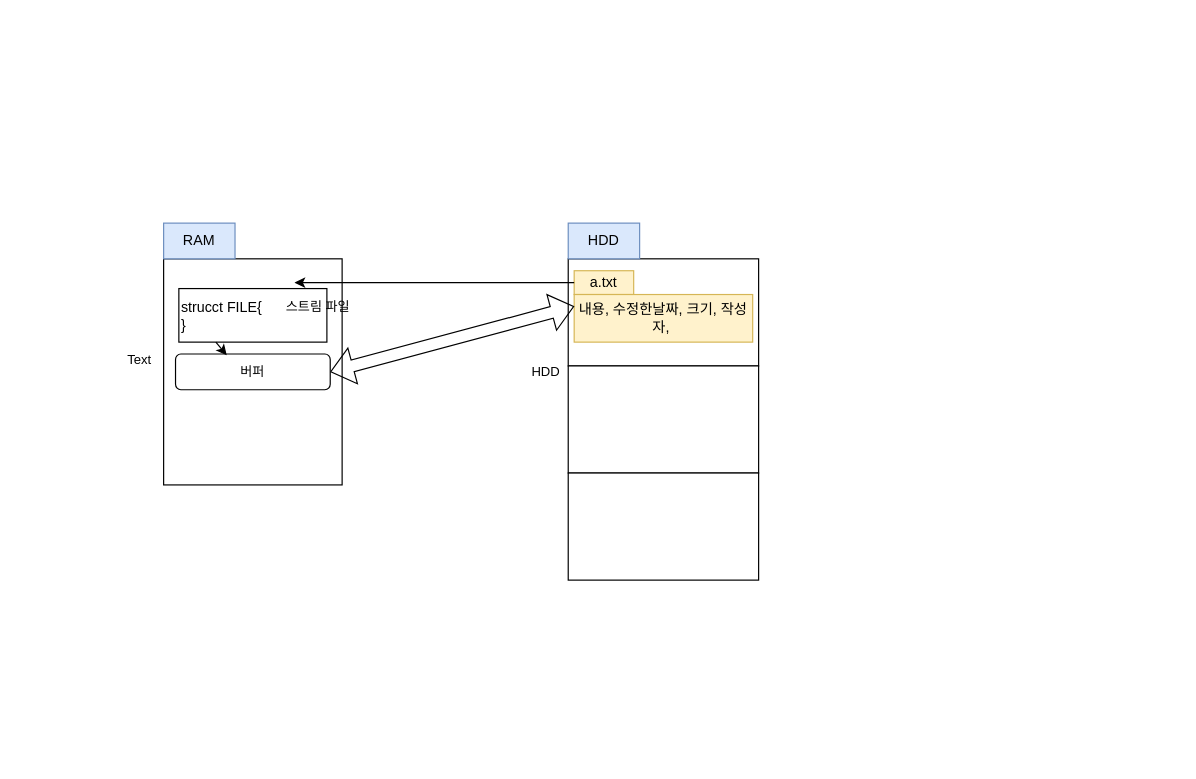
This is FileInOut.drawio from koseyun/Client_Nowon_1800_2000, a draw.io file, before an edit. Source tidied: cells renumbered, new cells numbered last; positions are measured from the earlier drawing's top-left corner, leaving out a move shared by most shapes. Both pictures are drawn from the tidied source at 119%, with x=0, y=0 at pixel (104, 68).
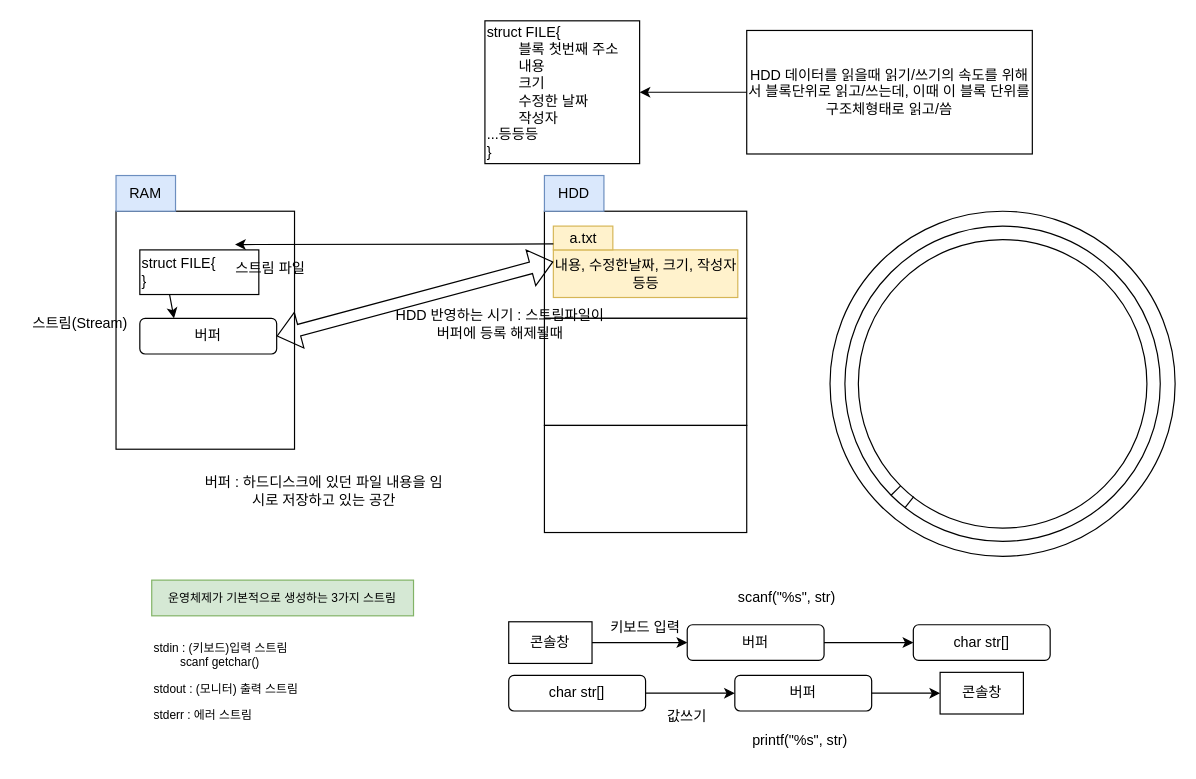
Above is the later version.

What changed in the source:
```diff
@@
-    <mxCell id="2" style="rounded=0;whiteSpace=wrap;html=1;" parent="1" vertex="1">
-      <mxGeometry x="50" y="160" width="150" height="190" as="geometry" />
-    </mxCell>
-    <mxCell id="3" style="rounded=0;whiteSpace=wrap;html=1;" parent="1" vertex="1">
-      <mxGeometry x="390" y="160" width="160" height="90" as="geometry" />
-    </mxCell>
-    <mxCell id="4" style="rounded=0;whiteSpace=wrap;html=1;" parent="1" vertex="1">
-      <mxGeometry x="390" y="250" width="160" height="90" as="geometry" />
-    </mxCell>
-    <mxCell id="5" style="rounded=0;whiteSpace=wrap;html=1;" parent="1" vertex="1">
-      <mxGeometry x="390" y="340" width="160" height="90" as="geometry" />
-    </mxCell>
+    <mxCell id="19" style="rounded=0;whiteSpace=wrap;html=1;" parent="1" vertex="1">
+      <mxGeometry x="370" y="120" width="170" height="90" as="geometry" />
+    </mxCell>
+    <mxCell id="7" value="HDD" style="text;html=1;strokeColor=#6c8ebf;fillColor=#dae8fc;align=center;verticalAlign=middle;whiteSpace=wrap;rounded=0;" parent="1" vertex="1">
+      <mxGeometry x="370" y="90" width="50" height="30" as="geometry" />
+    </mxCell>
+    <mxCell id="20" style="rounded=0;whiteSpace=wrap;html=1;" parent="1" vertex="1">
+      <mxGeometry x="10" y="120" width="150" height="200" as="geometry" />
+    </mxCell>
     <mxCell id="6" value="RAM" style="text;html=1;strokeColor=#6c8ebf;fillColor=#dae8fc;align=center;verticalAlign=middle;whiteSpace=wrap;rounded=0;" parent="1" vertex="1">
-      <mxGeometry x="50" y="130" width="60" height="30" as="geometry" />
+      <mxGeometry x="10" y="90" width="50" height="30" as="geometry" />
     </mxCell>
-    <mxCell id="7" value="HDD" style="text;html=1;strokeColor=#6c8ebf;fillColor=#dae8fc;align=center;verticalAlign=middle;whiteSpace=wrap;rounded=0;" parent="1" vertex="1">
-      <mxGeometry x="390" y="130" width="60" height="30" as="geometry" />
-    </mxCell>
+    <mxCell id="21" value="내용, 수정한날짜, 크기, 작성자 등등" style="text;html=1;strokeColor=#d6b656;fillColor=#fff2cc;align=center;verticalAlign=middle;whiteSpace=wrap;rounded=0;" parent="1" vertex="1">
+      <mxGeometry x="377.5" y="152.5" width="155" height="40" as="geometry" />
+    </mxCell>
     <mxCell id="8" value="a.txt" style="text;html=1;strokeColor=#d6b656;fillColor=#fff2cc;align=center;verticalAlign=middle;whiteSpace=wrap;rounded=0;" parent="1" vertex="1">
-      <mxGeometry x="395" y="170" width="50" height="20" as="geometry" />
+      <mxGeometry x="377.5" y="132.5" width="50" height="20" as="geometry" />
     </mxCell>
-    <mxCell id="9" value="내용, 수정한날짜, 크기, 작성자,&amp;nbsp;" style="text;html=1;strokeColor=#d6b656;fillColor=#fff2cc;align=center;verticalAlign=middle;whiteSpace=wrap;rounded=0;" parent="1" vertex="1">
-      <mxGeometry x="395" y="190" width="150" height="40" as="geometry" />
-    </mxCell>
-    <mxCell id="10" value="strucct FILE{&lt;br&gt;}" style="rounded=0;whiteSpace=wrap;html=1;align=left;" parent="1" vertex="1">
-      <mxGeometry x="62.8" y="185" width="124.4" height="45" as="geometry" />
-    </mxCell>
-    <mxCell id="11" style="endArrow=classic;html=1;rounded=0;exitX=0;exitY=0.5;exitDx=0;exitDy=0;" parent="1" edge="1" source="8">
-      <mxGeometry relative="1" as="geometry">
-        <mxPoint x="160" y="180" as="targetPoint" />
-      </mxGeometry>
-    </mxCell>
+    <mxCell id="22" style="ellipse;whiteSpace=wrap;html=1;" parent="1" vertex="1">
+      <mxGeometry x="610" y="120" width="290" height="290" as="geometry" />
+    </mxCell>
+    <mxCell id="23" style="ellipse;whiteSpace=wrap;html=1;" parent="1" vertex="1">
+      <mxGeometry x="622.5" y="132.5" width="265" height="265" as="geometry" />
+    </mxCell>
+    <mxCell id="24" style="ellipse;whiteSpace=wrap;html=1;" parent="1" vertex="1">
+      <mxGeometry x="633.8" y="143.8" width="242.5" height="242.5" as="geometry" />
+    </mxCell>
+    <mxCell id="25" style="rounded=0;whiteSpace=wrap;html=1;" parent="1" vertex="1">
+      <mxGeometry x="370" y="210" width="170" height="90" as="geometry" />
+    </mxCell>
+    <mxCell id="26" style="rounded=0;whiteSpace=wrap;html=1;" parent="1" vertex="1">
+      <mxGeometry x="370" y="300" width="170" height="90" as="geometry" />
+    </mxCell>
+    <mxCell id="27" style="edgeStyle=orthogonalEdgeStyle;rounded=0;jettySize=auto;html=1;" parent="1" edge="1" source="28" target="29">
+      <mxGeometry relative="1" as="geometry" />
+    </mxCell>
+    <mxCell id="28" value="HDD 데이터를 읽을때 읽기/쓰기의 속도를 위해서 블록단위로 읽고/쓰는데, 이때 이 블록 단위를 구조체형태로 읽고/씀" style="text;html=1;align=center;verticalAlign=middle;whiteSpace=wrap;rounded=0;fillColor=default;gradientColor=none;strokeColor=default;" parent="1" vertex="1">
+      <mxGeometry x="540" y="-31.9" width="240" height="103.8" as="geometry" />
+    </mxCell>
+    <mxCell id="29" value="struct FILE{&lt;br&gt;&lt;span style=&quot;white-space: pre&quot;&gt;&#9;&lt;/span&gt;블록 첫번째 주소&lt;br&gt;&lt;span style=&quot;white-space: pre&quot;&gt;&#9;&lt;/span&gt;내용&lt;br&gt;&lt;span style=&quot;white-space: pre&quot;&gt;&#9;&lt;/span&gt;크기&lt;br&gt;&lt;span style=&quot;white-space: pre&quot;&gt;&#9;&lt;/span&gt;수정한 날짜&lt;br&gt;&lt;span style=&quot;white-space: pre&quot;&gt;&#9;&lt;/span&gt;작성자&lt;br&gt;...등등등&lt;br&gt;}" style="text;html=1;strokeColor=default;fillColor=default;align=left;verticalAlign=middle;whiteSpace=wrap;rounded=0;gradientColor=none;" parent="1" vertex="1">
+      <mxGeometry x="320" y="-40" width="130" height="120" as="geometry" />
+    </mxCell>
+    <mxCell id="30" value="버퍼" style="rounded=1;whiteSpace=wrap;html=1;strokeColor=default;fillColor=default;gradientColor=none;" parent="1" vertex="1">
+      <mxGeometry x="30" y="210" width="115" height="30" as="geometry" />
+    </mxCell>
+    <mxCell id="31" value="struct FILE{&lt;br&gt;}" style="text;html=1;strokeColor=default;fillColor=default;align=left;verticalAlign=middle;whiteSpace=wrap;rounded=0;gradientColor=none;" parent="1" vertex="1">
+      <mxGeometry x="30" y="152.5" width="100" height="37.5" as="geometry" />
+    </mxCell>
+    <mxCell id="32" style="endArrow=classic;html=1;rounded=0;exitX=0.25;exitY=1;exitDx=0;exitDy=0;entryX=0.25;entryY=0;entryDx=0;entryDy=0;" parent="1" edge="1" source="31" target="30">
+      <mxGeometry relative="1" as="geometry" />
+    </mxCell>
+    <mxCell id="33" value="스트림(Stream)" style="text;html=1;strokeColor=none;fillColor=none;align=center;verticalAlign=middle;whiteSpace=wrap;rounded=0;" parent="1" vertex="1">
+      <mxGeometry x="-70" y="200" width="100" height="30" as="geometry" />
+    </mxCell>
+    <mxCell id="34" value="버퍼 : 하드디스크에 있던 파일 내용을 임시로 저장하고 있는 공간" style="text;html=1;strokeColor=none;fillColor=none;align=center;verticalAlign=middle;whiteSpace=wrap;rounded=0;" parent="1" vertex="1">
+      <mxGeometry x="80" y="330" width="210" height="50" as="geometry" />
+    </mxCell>
-    <mxCell id="12" value="스트림 파일" style="text;html=1;strokeColor=none;fillColor=none;align=center;verticalAlign=middle;whiteSpace=wrap;rounded=0;fontSize=11;" parent="1" vertex="1">
-      <mxGeometry x="140" y="185" width="80" height="30" as="geometry" />
+    <mxCell id="12" value="스트림 파일" style="text;html=1;strokeColor=none;fillColor=none;align=center;verticalAlign=middle;whiteSpace=wrap;rounded=0;" parent="1" vertex="1">
+      <mxGeometry x="100" y="152.5" width="80" height="30" as="geometry" />
     </mxCell>
-    <mxCell id="13" style="shape=flexArrow;endArrow=classic;startArrow=classic;html=1;rounded=0;fontSize=11;entryX=0;entryY=0.25;entryDx=0;entryDy=0;exitX=1;exitY=0.5;exitDx=0;exitDy=0;" parent="1" edge="1" source="14" target="9">
-      <mxGeometry relative="1" as="geometry" />
-    </mxCell>
-    <mxCell id="14" value="버퍼" style="rounded=1;whiteSpace=wrap;html=1;fontSize=11;" parent="1" vertex="1">
-      <mxGeometry x="60" y="240" width="130" height="30" as="geometry" />
-    </mxCell>
-    <mxCell id="15" style="endArrow=classic;html=1;rounded=0;fontSize=11;entryX=0.331;entryY=0.033;entryDx=0;entryDy=0;exitX=0.25;exitY=1;exitDx=0;exitDy=0;entryPerimeter=0;" parent="1" edge="1" source="10" target="14">
-      <mxGeometry relative="1" as="geometry" />
-    </mxCell>
-    <mxCell id="16" value="Text" style="text;html=1;strokeColor=none;fillColor=none;align=center;verticalAlign=middle;whiteSpace=wrap;rounded=0;fontSize=11;" parent="1" vertex="1">
-      <mxGeometry y="230" width="60" height="30" as="geometry" />
-    </mxCell>
-    <mxCell id="17" value="HDD&amp;nbsp;" style="text;html=1;strokeColor=none;fillColor=none;align=center;verticalAlign=middle;whiteSpace=wrap;rounded=0;fontSize=11;" parent="1" vertex="1">
-      <mxGeometry x="280" y="230" width="186" height="50" as="geometry" />
-    </mxCell>
-    <mxCell id="18" style="text;html=1;align=center;verticalAlign=middle;whiteSpace=wrap;rounded=0;fontSize=11;fillColor=default;" parent="1" vertex="1">
-      <mxGeometry x="259" width="151" height="120" as="geometry" />
-    </mxCell>
+    <mxCell id="35" style="shape=flexArrow;endArrow=classic;startArrow=classic;html=1;rounded=0;entryX=0;entryY=0.25;entryDx=0;entryDy=0;exitX=1;exitY=0.5;exitDx=0;exitDy=0;" parent="1" edge="1" source="30" target="21">
+      <mxGeometry relative="1" as="geometry" />
+    </mxCell>
+    <mxCell id="36" value="HDD 반영하는 시기 : 스트림파일이 버퍼에 등록 해제될때" style="text;html=1;strokeColor=none;fillColor=none;align=center;verticalAlign=middle;whiteSpace=wrap;rounded=0;" parent="1" vertex="1">
+      <mxGeometry x="237.5" y="195" width="190" height="40" as="geometry" />
+    </mxCell>
+    <mxCell id="37" style="endArrow=classic;html=1;rounded=0;exitX=0;exitY=0.75;exitDx=0;exitDy=0;" parent="1" edge="1" source="8">
+      <mxGeometry relative="1" as="geometry">
+        <mxPoint x="110" y="148" as="targetPoint" />
+      </mxGeometry>
+    </mxCell>
+    <mxCell id="38" style="endArrow=none;html=1;rounded=0;entryX=0;entryY=1;entryDx=0;entryDy=0;exitX=0;exitY=1;exitDx=0;exitDy=0;" parent="1" edge="1" source="23" target="24">
+      <mxGeometry relative="1" as="geometry" />
+    </mxCell>
+    <mxCell id="39" value="운영체제가 기본적으로 생성하는 3가지 스트림" style="text;html=1;strokeColor=#82b366;fillColor=#d5e8d4;align=center;verticalAlign=middle;whiteSpace=wrap;rounded=0;fontSize=10;" parent="1" vertex="1">
+      <mxGeometry x="40" y="430" width="220" height="30" as="geometry" />
+    </mxCell>
+    <mxCell id="40" style="endArrow=none;html=1;rounded=0;entryX=0.192;entryY=0.891;entryDx=0;entryDy=0;entryPerimeter=0;" parent="1" edge="1" source="23" target="24">
+      <mxGeometry relative="1" as="geometry" />
+    </mxCell>
+    <mxCell id="41" value="stdin : (키보드)입력 스트림&lt;br&gt;&lt;span style=&quot;white-space: pre&quot;&gt;&#9;&lt;/span&gt;scanf getchar()&lt;br&gt;&lt;p&gt;stdout : (모니터) 출력 스트림&lt;/p&gt;&lt;p&gt;stderr : 에러 스트림&lt;/p&gt;" style="text;html=1;strokeColor=none;fillColor=none;align=left;verticalAlign=middle;whiteSpace=wrap;rounded=0;fontSize=10;" parent="1" vertex="1">
+      <mxGeometry x="40" y="460" width="220" height="120" as="geometry" />
+    </mxCell>
+    <mxCell id="42" value="버퍼" style="rounded=1;whiteSpace=wrap;html=1;strokeColor=default;fillColor=default;gradientColor=none;" parent="1" vertex="1">
+      <mxGeometry x="490" y="467.5" width="115" height="30" as="geometry" />
+    </mxCell>
+    <mxCell id="43" value="콘솔창" style="rounded=0;whiteSpace=wrap;html=1;fontSize=12;strokeColor=default;fillColor=default;gradientColor=none;" parent="1" vertex="1">
+      <mxGeometry x="340" y="465" width="70" height="35" as="geometry" />
+    </mxCell>
+    <mxCell id="44" style="endArrow=classic;html=1;rounded=0;fontSize=12;entryX=0;entryY=0.5;entryDx=0;entryDy=0;exitX=1;exitY=0.5;exitDx=0;exitDy=0;" parent="1" edge="1" source="43" target="42">
+      <mxGeometry relative="1" as="geometry" />
+    </mxCell>
+    <mxCell id="45" style="endArrow=classic;html=1;rounded=0;fontSize=12;entryX=0;entryY=0.5;entryDx=0;entryDy=0;exitX=1;exitY=0.5;exitDx=0;exitDy=0;" parent="1" edge="1" source="42" target="46">
+      <mxGeometry relative="1" as="geometry" />
+    </mxCell>
+    <mxCell id="46" value="char str[]" style="rounded=1;whiteSpace=wrap;html=1;strokeColor=default;fillColor=default;gradientColor=none;" parent="1" vertex="1">
+      <mxGeometry x="680" y="467.5" width="115" height="30" as="geometry" />
+    </mxCell>
+    <mxCell id="47" value="키보드 입력" style="text;html=1;strokeColor=none;fillColor=none;align=center;verticalAlign=middle;whiteSpace=wrap;rounded=0;fontSize=12;" parent="1" vertex="1">
+      <mxGeometry x="420" y="460" width="70" height="20" as="geometry" />
+    </mxCell>
+    <mxCell id="48" value="scanf(&quot;%s&quot;, str)" style="text;html=1;strokeColor=none;fillColor=none;align=center;verticalAlign=middle;whiteSpace=wrap;rounded=0;fontSize=12;" parent="1" vertex="1">
+      <mxGeometry x="513.8" y="430" width="120" height="30" as="geometry" />
+    </mxCell>
+    <mxCell id="49" value="char str[]" style="rounded=1;whiteSpace=wrap;html=1;strokeColor=default;fillColor=default;gradientColor=none;" parent="1" vertex="1">
+      <mxGeometry x="340" y="510" width="115" height="30" as="geometry" />
+    </mxCell>
+    <mxCell id="50" value="버퍼" style="rounded=1;whiteSpace=wrap;html=1;strokeColor=default;fillColor=default;gradientColor=none;" parent="1" vertex="1">
+      <mxGeometry x="530" y="510" width="115" height="30" as="geometry" />
+    </mxCell>
+    <mxCell id="51" style="endArrow=classic;html=1;rounded=0;fontSize=12;entryX=0;entryY=0.5;entryDx=0;entryDy=0;exitX=1;exitY=0.5;exitDx=0;exitDy=0;" parent="1" edge="1" source="49" target="50">
+      <mxGeometry relative="1" as="geometry" />
+    </mxCell>
+    <mxCell id="52" value="콘솔창" style="rounded=0;whiteSpace=wrap;html=1;fontSize=12;strokeColor=default;fillColor=default;gradientColor=none;" parent="1" vertex="1">
+      <mxGeometry x="702.5" y="507.5" width="70" height="35" as="geometry" />
+    </mxCell>
+    <mxCell id="53" style="endArrow=classic;html=1;rounded=0;fontSize=12;entryX=0;entryY=0.5;entryDx=0;entryDy=0;exitX=1;exitY=0.5;exitDx=0;exitDy=0;" parent="1" edge="1" source="50" target="52">
+      <mxGeometry relative="1" as="geometry" />
+    </mxCell>
+    <mxCell id="54" value="값쓰기" style="text;html=1;strokeColor=none;fillColor=none;align=center;verticalAlign=middle;whiteSpace=wrap;rounded=0;fontSize=12;" parent="1" vertex="1">
+      <mxGeometry x="460" y="530" width="60" height="30" as="geometry" />
+    </mxCell>
+    <mxCell id="55" value="printf(&quot;%s&quot;, str)" style="text;html=1;strokeColor=none;fillColor=none;align=center;verticalAlign=middle;whiteSpace=wrap;rounded=0;fontSize=12;" parent="1" vertex="1">
+      <mxGeometry x="525" y="550" width="120" height="30" as="geometry" />
+    </mxCell>
```
